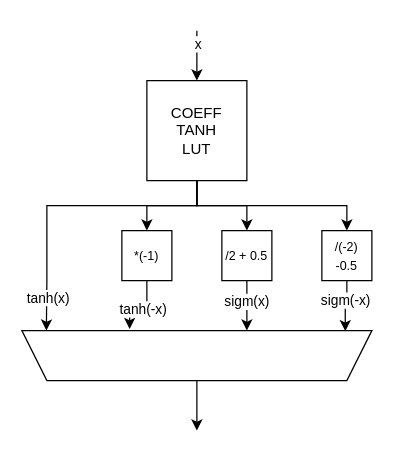
The draw.io diagram slides/images/ACTU_alpha.drawio in AlessandroVaraldi/LSTM_ACCELERATOR, before the edit. Source tidied: cells renumbered, new cells numbered last; positions are measured from the earlier drawing's top-left corner, leaving out a move shared by most shapes. Both pictures are drawn from the tidied source at 125%, with x=0, y=0 at pixel (21, 30).
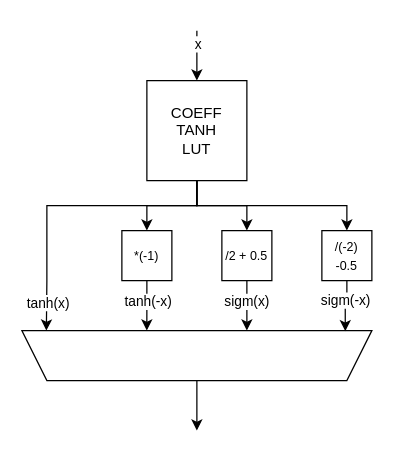
After the change.

The change refers to these unchanged cells:
```xml
<mxCell id="5" style="edgeStyle=orthogonalEdgeStyle;rounded=0;jettySize=auto;html=1;entryX=0.93;entryY=1;entryDx=0;entryDy=0;entryPerimeter=0;" parent="1" edge="1" source="7" target="9">
  <mxGeometry relative="1" as="geometry">
    <Array as="points">
      <mxPoint x="140" y="140" />
      <mxPoint x="20" y="140" />
      <mxPoint x="20" y="200" />
    </Array>
  </mxGeometry>
</mxCell>
<mxCell id="9" style="shape=trapezoid;perimeter=trapezoidPerimeter;whiteSpace=wrap;html=1;fixedSize=1;rotation=-180;" parent="1" vertex="1">
  <mxGeometry y="240" width="280" height="40" as="geometry" />
</mxCell>
<mxCell id="10" value="&lt;font style=&quot;font-size: 10px;&quot;&gt;*(-1)&lt;/font&gt;" style="whiteSpace=wrap;html=1;" parent="1" vertex="1">
  <mxGeometry x="80" y="160" width="40" height="40" as="geometry" />
</mxCell>
```

The edit, as a diff of the source:
```diff
@@
     <mxCell id="6" value="tanh(x)" style="edgeLabel;html=1;align=center;verticalAlign=middle;" parent="5" vertex="1">
       <mxGeometry x="0.75" y="1" relative="1" as="geometry">
-        <mxPoint y="3" as="offset" />
+        <mxPoint y="7" as="offset" />
       </mxGeometry>
     </mxCell>
@@
-    <mxCell id="13" style="edgeStyle=orthogonalEdgeStyle;rounded=0;jettySize=auto;html=1;entryX=0.692;entryY=1.032;entryDx=0;entryDy=0;entryPerimeter=0;" parent="1" edge="1" source="10" target="9">
+    <mxCell id="13" style="edgeStyle=orthogonalEdgeStyle;rounded=0;jettySize=auto;html=1;entryX=0.643;entryY=1;entryDx=0;entryDy=0;entryPerimeter=0;" parent="1" edge="1" source="10" target="9">
       <mxGeometry relative="1" as="geometry" />
     </mxCell>
```
